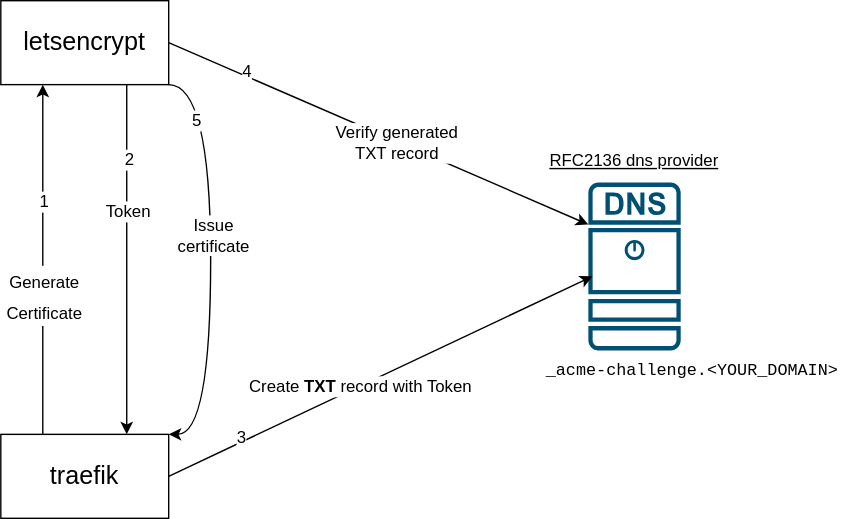
Earlier version of the draw.io export docs/letsencrypt-dns-challenge-workflow.drawio.svg (ITISFoundation/osparc-ops-environments). Source tidied: cells renumbered, new cells last; positions are measured from the earlier drawing's top-left corner, leaving out a move shared by most shapes.
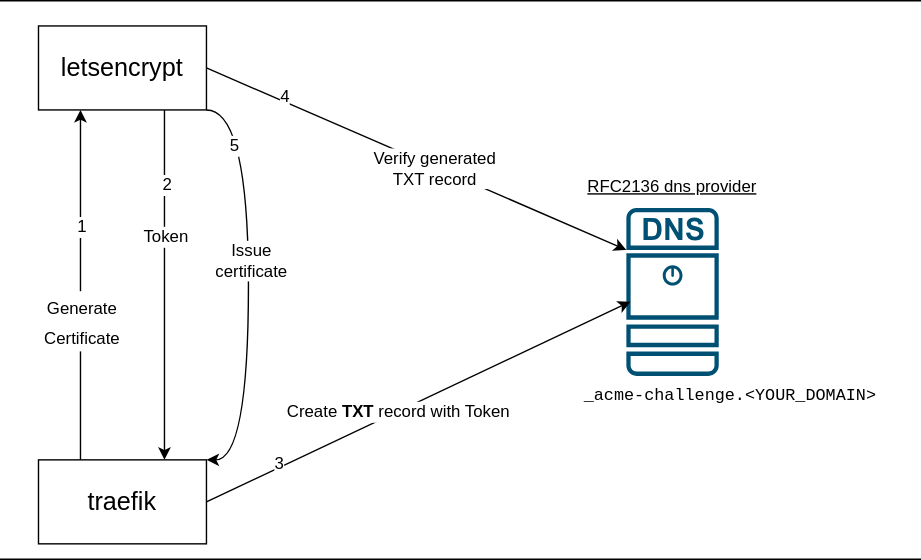
After the change.

What changed in the source:
```diff
@@ -73,5 +73,8 @@
     <mxCell id="21" value="&lt;u&gt;RFC2136 dns provider&lt;/u&gt;" style="text;html=1;strokeColor=none;fillColor=none;align=center;verticalAlign=middle;whiteSpace=wrap;rounded=0;fontSize=12;" parent="1" vertex="1">
       <mxGeometry x="388" y="90" width="130" height="50" as="geometry" />
     </mxCell>
+    <mxCell id="22" style="shape=partialRectangle;whiteSpace=wrap;html=1;left=0;right=0;fillColor=none;fontSize=12;" parent="1" vertex="1">
+      <mxGeometry x="-27" y="-18" width="657" height="399" as="geometry" />
+    </mxCell>
   </root>
 </mxGraphModel>
```
